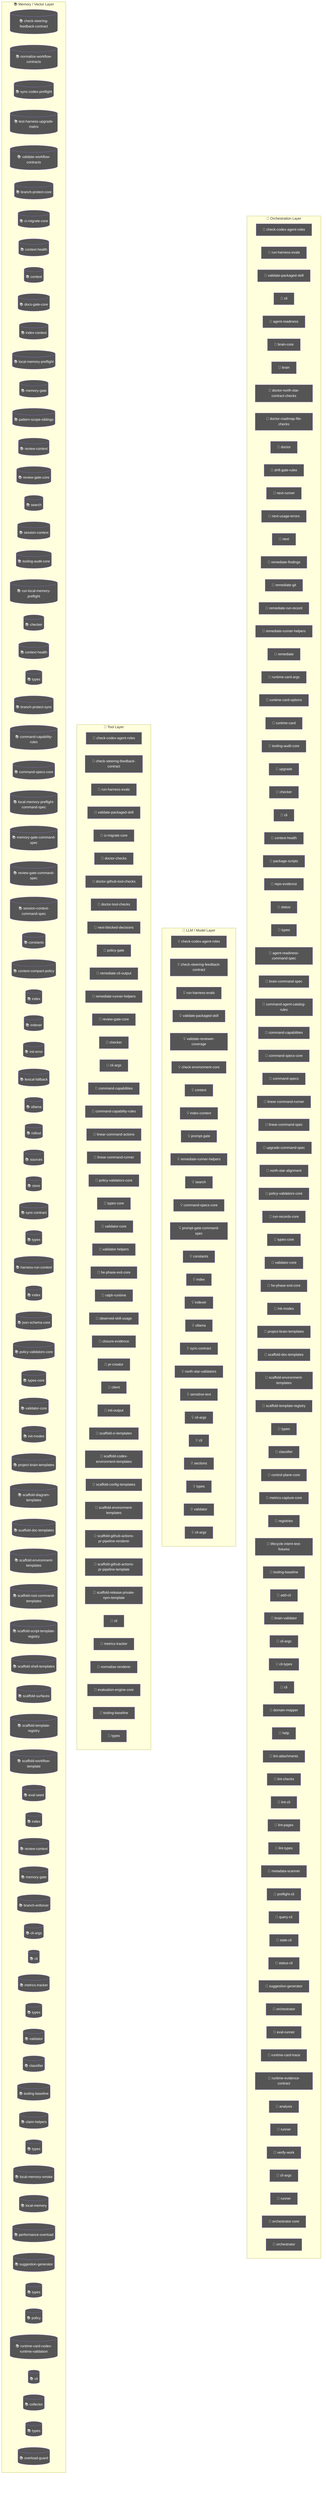
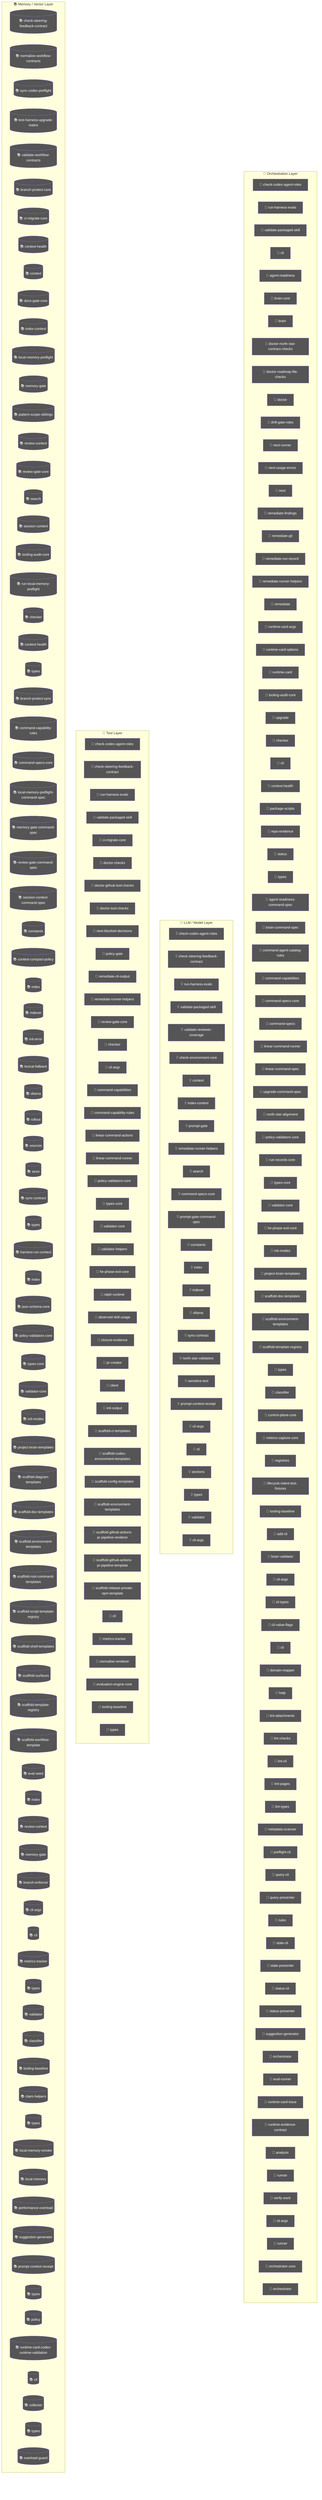
flowchart TD
  subgraph Orchestration["🎯 Orchestration Layer"]
    node_agent_mmd_orchestration_layer_orchestration_chec_7a9f0b64["🤖 check-codex-agent-roles"]
    node_agent_mmd_orchestration_layer_orchestration_run__18817957["🤖 run-harness-evals"]
    node_agent_mmd_orchestration_layer_orchestration_vali_c01b04be["🤖 validate-packaged-skill"]
    cli_99bb8840["🤖 cli"]
    agent_readiness_c82c68e6["🤖 agent-readiness"]
    brain_core_aa07c380["🤖 brain-core"]
    brain_bbbf7a64["🤖 brain"]
    doctor_north_star_contract_checks_0048124c["🤖 doctor-north-star-contract-checks"]
    doctor_roadmap_file_checks_14447b8e["🤖 doctor-roadmap-file-checks"]
    doctor_72f4be89["🤖 doctor"]
    drift_gate_rules_9685e72d["🤖 drift-gate-rules"]
    next_runner_41643472["🤖 next-runner"]
    next_usage_errors_837a345a["🤖 next-usage-errors"]
    next_c6c1c9a9["🤖 next"]
    remediate_findings_8b09c8c6["🤖 remediate-findings"]
    remediate_git_58c6f6f4["🤖 remediate-git"]
    remediate_run_record_9dfe5dc1["🤖 remediate-run-record"]
    node_agent_mmd_orchestration_layer_orchestration_reme_359fe98f["🤖 remediate-runner-helpers"]
    remediate_06b9c7fc["🤖 remediate"]
    runtime_card_args_2b3d4b28["🤖 runtime-card-args"]
    runtime_card_options_c9156ad5["🤖 runtime-card-options"]
    runtime_card_e06b53e1["🤖 runtime-card"]
    node_agent_mmd_orchestration_layer_orchestration_tool_acfe0c01["🤖 tooling-audit-core"]
    upgrade_7fef9479["🤖 upgrade"]
    node_agent_mmd_orchestration_layer_orchestration_chec_0550c395["🤖 checker"]
    cli_1_084e05fe["🤖 cli"]
    node_agent_mmd_orchestration_layer_orchestration_cont_61b3b9c9["🤖 context-health"]
    package_scripts_3ee6150f["🤖 package-scripts"]
    repo_evidence_38bb1de5["🤖 repo-evidence"]
    status_073c1634["🤖 status"]
    node_agent_mmd_orchestration_layer_orchestration_type_4f906dcc["🤖 types"]
    agent_readiness_command_spec_a30c2c1e["🤖 agent-readiness-command-spec"]
    brain_command_spec_15b122d5["🤖 brain-command-spec"]
    command_agent_catalog_rules_8e06b2af["🤖 command-agent-catalog-rules"]
    node_agent_mmd_orchestration_layer_orchestration_comm_6e41a7f7["🤖 command-capabilities"]
    node_agent_mmd_orchestration_layer_orchestration_comm_1f8cc24c["🤖 command-specs-core"]
    command_specs_69167c63["🤖 command-specs"]
    node_agent_mmd_orchestration_layer_orchestration_line_b67affd5["🤖 linear-command-runner"]
    linear_command_spec_1e12dd44["🤖 linear-command-spec"]
    upgrade_command_spec_03f6c7bd["🤖 upgrade-command-spec"]
    north_star_alignment_00440188["🤖 north-star-alignment"]
    node_agent_mmd_orchestration_layer_orchestration_poli_3270b55d["🤖 policy-validators-core"]
    run_records_core_89286dfa["🤖 run-records-core"]
    node_agent_mmd_orchestration_layer_orchestration_type_7cf81261["🤖 types-core"]
    node_agent_mmd_orchestration_layer_orchestration_vali_d9fe99e6["🤖 validator-core"]
    node_agent_mmd_orchestration_layer_orchestration_he_p_fc778c24["🤖 he-phase-exit-core"]
    node_agent_mmd_orchestration_layer_orchestration_init_2a9c3ecb["🤖 init-modes"]
    node_agent_mmd_orchestration_layer_orchestration_proj_6ab6f60f["🤖 project-brain-templates"]
    node_agent_mmd_orchestration_layer_orchestration_scaf_12cc07db["🤖 scaffold-doc-templates"]
    node_agent_mmd_orchestration_layer_orchestration_scaf_c9a90c2f["🤖 scaffold-environment-templates"]
    node_agent_mmd_orchestration_layer_orchestration_scaf_ff8f92f6["🤖 scaffold-template-registry"]
    types_13_d025517b["🤖 types"]
    node_agent_mmd_orchestration_layer_orchestration_clas_899b821a["🤖 classifier"]
    control_plane_core_db3b4cb2["🤖 control-plane-core"]
    metrics_capture_core_db4bf7cf["🤖 metrics-capture-core"]
    registries_06402afa["🤖 registries"]
    lifecycle_intent_test_fixtures_a53c7ada["🤖 lifecycle-intent-test-fixtures"]
    node_agent_mmd_orchestration_layer_orchestration_tool_cc43149f["🤖 tooling-baseline"]
    add_cli_7614de25["🤖 add-cli"]
    brain_validator_be251832["🤖 brain-validator"]
    cli_args_8_d546936e["🤖 cli-args"]
    cli_types_1686e858["🤖 cli-types"]
+     cli_value_flags_732a8e43["🤖 cli-value-flags"]
    cli_9_b54c1407["🤖 cli"]
    domain_mapper_cd9333d2["🤖 domain-mapper"]
    help_106a5842["🤖 help"]
    lint_attachments_873c0632["🤖 lint-attachments"]
    lint_checks_83522b19["🤖 lint-checks"]
    lint_cli_9ec62ec0["🤖 lint-cli"]
    lint_pages_e33301d0["🤖 lint-pages"]
    lint_types_2862c255["🤖 lint-types"]
    metadata_scanner_6a101b66["🤖 metadata-scanner"]
    preflight_cli_5d148379["🤖 preflight-cli"]
    query_cli_b95be64d["🤖 query-cli"]
+     query_presenter_02e6077c["🤖 query-presenter"]
+     rules_6c621d1a["🤖 rules"]
    stale_cli_64548720["🤖 stale-cli"]
+     stale_presenter_1de4e3a2["🤖 stale-presenter"]
    status_cli_4c24a0d6["🤖 status-cli"]
+     status_presenter_8de686c1["🤖 status-presenter"]
    node_agent_mmd_orchestration_layer_orchestration_sugg_85c5ebe3["🤖 suggestion-generator"]
    orchestrator_11376b7e["🤖 orchestrator"]
    eval_runner_0966a6b3["🤖 eval-runner"]
    runtime_card_trace_64a5ca95["🤖 runtime-card-trace"]
    runtime_evidence_contract_0f7b15b2["🤖 runtime-evidence-contract"]
    analysis_f44e85c4["🤖 analysis"]
    runner_527aa9f4["🤖 runner"]
    verify_work_1_cd8e7ec3["🤖 verify-work"]
    cli_args_14_3481043e["🤖 cli-args"]
    runner_1_6f281bf8["🤖 runner"]
    orchestrator_core_d0678b53["🤖 orchestrator-core"]
    orchestrator_1_6b7137c5["🤖 orchestrator"]
  end
  subgraph LLMLayer["🧠 LLM / Model Layer"]
    node_agent_mmd_llm_model_layer_llmlayer_check_codex_a_29e7b7fa["💡 check-codex-agent-roles"]
    node_agent_mmd_llm_model_layer_llmlayer_check_steerin_a7dbbd2f["💡 check-steering-feedback-contract"]
    node_agent_mmd_llm_model_layer_llmlayer_run_harness_e_603fcfdc["💡 run-harness-evals"]
    node_agent_mmd_llm_model_layer_llmlayer_validate_pack_2a12e1f4["💡 validate-packaged-skill"]
    validate_reviewer_coverage_251efee3["💡 validate-reviewer-coverage"]
    check_environment_core_2c16213f["💡 check-environment-core"]
    node_agent_mmd_llm_model_layer_llmlayer_context_conte_ad2dfbd9["💡 context"]
    node_agent_mmd_llm_model_layer_llmlayer_index_context_1041bd11["💡 index-context"]
    prompt_gate_c5e9d207["💡 prompt-gate"]
    node_agent_mmd_llm_model_layer_llmlayer_remediate_run_9e3d4585["💡 remediate-runner-helpers"]
    node_agent_mmd_llm_model_layer_llmlayer_search_search_66b9a911["💡 search"]
    node_agent_mmd_llm_model_layer_llmlayer_command_specs_782af9fa["💡 command-specs-core"]
    prompt_gate_command_spec_9a941482["💡 prompt-gate-command-spec"]
    node_agent_mmd_llm_model_layer_llmlayer_constants_con_c9bd3f6c["💡 constants"]
    node_agent_mmd_llm_model_layer_llmlayer_index_index_1_02e160ff["💡 index"]
    node_agent_mmd_llm_model_layer_llmlayer_indexer_index_4f4deef5["💡 indexer"]
    node_agent_mmd_llm_model_layer_llmlayer_ollama_ollama_968b23fa["💡 ollama"]
    node_agent_mmd_llm_model_layer_llmlayer_sync_contract_9f3cc8c1["💡 sync-contract"]
    north_star_validators_cfc926ce["💡 north-star-validators"]
    sensitive_text_7c11f760["💡 sensitive-text"]
+     node_agent_mmd_llm_model_layer_llmlayer_index_index_1_02e160ff["💡 index"]
+     node_agent_mmd_llm_model_layer_llmlayer_prompt_contex_6426acc2["💡 prompt-context-receipt"]
    cli_args_9_9c136878["💡 cli-args"]
    cli_10_35dc8cbd["💡 cli"]
    sections_4697ef32["💡 sections"]
    types_23_4352ee2e["💡 types"]
    validator_6_3688adbf["💡 validator"]
    cli_args_10_861cdd3f["💡 cli-args"]
  end
  subgraph ToolLayer["🔧 Tool Layer"]
    node_agent_mmd_tool_layer_toollayer_check_codex_agent_4b361d5a["🔧 check-codex-agent-roles"]
    node_agent_mmd_tool_layer_toollayer_check_steering_fe_84ed22c2["🔧 check-steering-feedback-contract"]
    node_agent_mmd_tool_layer_toollayer_run_harness_evals_e2ee24f1["🔧 run-harness-evals"]
    node_agent_mmd_tool_layer_toollayer_validate_packaged_2855c827["🔧 validate-packaged-skill"]
    node_agent_mmd_tool_layer_toollayer_ci_migrate_core_c_049f8460["🔧 ci-migrate-core"]
    doctor_checks_5a2eb2b9["🔧 doctor-checks"]
    doctor_github_tool_checks_a53b0382["🔧 doctor-github-tool-checks"]
    doctor_tool_checks_4acac51a["🔧 doctor-tool-checks"]
    next_blocked_decisions_4140ad2b["🔧 next-blocked-decisions"]
    policy_gate_213f7313["🔧 policy-gate"]
    remediate_cli_output_cc165396["🔧 remediate-cli-output"]
    node_agent_mmd_tool_layer_toollayer_remediate_runner__c003b871["🔧 remediate-runner-helpers"]
    node_agent_mmd_tool_layer_toollayer_review_gate_core__7704598b["🔧 review-gate-core"]
    node_agent_mmd_tool_layer_toollayer_checker_checker_2_453d593b["🔧 checker"]
    cli_args_1_6144b055["🔧 cli-args"]
    node_agent_mmd_tool_layer_toollayer_command_capabilit_7fe13db1["🔧 command-capabilities"]
    node_agent_mmd_tool_layer_toollayer_command_capabilit_e97a4615["🔧 command-capability-rules"]
    linear_command_actions_e430f4f4["🔧 linear-command-actions"]
    node_agent_mmd_tool_layer_toollayer_linear_command_ru_d6763748["🔧 linear-command-runner"]
    node_agent_mmd_tool_layer_toollayer_policy_validators_af136abf["🔧 policy-validators-core"]
    node_agent_mmd_tool_layer_toollayer_types_core_types__6c8319b6["🔧 types-core"]
    node_agent_mmd_tool_layer_toollayer_validator_core_va_6ef6131f["🔧 validator-core"]
    validator_helpers_7b927667["🔧 validator-helpers"]
    node_agent_mmd_tool_layer_toollayer_he_phase_exit_cor_af016160["🔧 he-phase-exit-core"]
    ralph_runtime_73d63c0e["🔧 ralph-runtime"]
    observed_skill_usage_ed7d5930["🔧 observed-skill-usage"]
    closure_evidence_aaa31467["🔧 closure-evidence"]
    pr_creator_dc6b1ea4["🔧 pr-creator"]
    client_948fe603["🔧 client"]
    init_output_360dce91["🔧 init-output"]
    scaffold_ci_templates_2afd6392["🔧 scaffold-ci-templates"]
    scaffold_codex_environment_templates_334fbbed["🔧 scaffold-codex-environment-templates"]
    scaffold_config_templates_4b80ce53["🔧 scaffold-config-templates"]
    node_agent_mmd_tool_layer_toollayer_scaffold_environm_c1afc013["🔧 scaffold-environment-templates"]
    scaffold_github_actions_pr_pipeline_renderer_1ee18de5["🔧 scaffold-github-actions-pr-pipeline-renderer"]
    scaffold_github_actions_pr_pipeline_template_e2b85f62["🔧 scaffold-github-actions-pr-pipeline-template"]
    scaffold_release_private_npm_template_075499f8["🔧 scaffold-release-private-npm-template"]
    node_agent_mmd_tool_layer_toollayer_cli_cli_2_1_32d9eeaf["🔧 cli"]
    node_agent_mmd_tool_layer_toollayer_metrics_tracker_m_4c9237d8["🔧 metrics-tracker"]
    normalise_renderer_85f2e563["🔧 normalise-renderer"]
    evaluation_engine_core_e054fe49["🔧 evaluation-engine-core"]
    node_agent_mmd_tool_layer_toollayer_tooling_baseline__61e66e9f["🔧 tooling-baseline"]
    types_32_bfe791ff["🔧 types"]
  end
  subgraph MemoryLayer["📚 Memory / Vector Layer"]
    node_agent_mmd_memory_vector_layer_memorylayer_check__d71f8993[("📚 check-steering-feedback-contract")]
    normalize_workflow_contracts_8701f1c8[("📚 normalize-workflow-contracts")]
    sync_codex_preflight_7e7a8dc2[("📚 sync-codex-preflight")]
    test_harness_upgrade_matrix_84113c4e[("📚 test-harness-upgrade-matrix")]
    validate_workflow_contracts_33dc063c[("📚 validate-workflow-contracts")]
    branch_protect_core_a8feb0fd[("📚 branch-protect-core")]
    node_agent_mmd_memory_vector_layer_memorylayer_ci_mig_0cd5b1a4[("📚 ci-migrate-core")]
    context_health_80bb7da9[("📚 context-health")]
    node_agent_mmd_memory_vector_layer_memorylayer_contex_78ceaaa9[("📚 context")]
    docs_gate_core_eb9b6c18[("📚 docs-gate-core")]
    node_agent_mmd_memory_vector_layer_memorylayer_index__6f3402d0[("📚 index-context")]
    local_memory_preflight_dcc36c42[("📚 local-memory-preflight")]
    memory_gate_a577a506[("📚 memory-gate")]
    pattern_scope_siblings_43abe000[("📚 pattern-scope-siblings")]
    review_context_ca6cf81d[("📚 review-context")]
    node_agent_mmd_memory_vector_layer_memorylayer_review_5bee9816[("📚 review-gate-core")]
    node_agent_mmd_memory_vector_layer_memorylayer_search_ac35cb7e[("📚 search")]
    session_context_e5ec72c0[("📚 session-context")]
    node_agent_mmd_memory_vector_layer_memorylayer_toolin_a1185b8f[("📚 tooling-audit-core")]
    run_local_memory_preflight_36e92808[("📚 run-local-memory-preflight")]
    node_agent_mmd_memory_vector_layer_memorylayer_checke_a583eb4f[("📚 checker")]
    node_agent_mmd_memory_vector_layer_memorylayer_contex_fe0865d6[("📚 context-health")]
    node_agent_mmd_memory_vector_layer_memorylayer_types__9ad640a0[("📚 types")]
    branch_protect_sync_570adb18[("📚 branch-protect-sync")]
    node_agent_mmd_memory_vector_layer_memorylayer_comman_c72a5d05[("📚 command-capability-rules")]
    node_agent_mmd_memory_vector_layer_memorylayer_comman_111eb454[("📚 command-specs-core")]
    local_memory_preflight_command_spec_9e23f3ce[("📚 local-memory-preflight-command-spec")]
    memory_gate_command_spec_dc9001a9[("📚 memory-gate-command-spec")]
    review_gate_command_spec_3187376a[("📚 review-gate-command-spec")]
    session_context_command_spec_973afbb1[("📚 session-context-command-spec")]
    node_agent_mmd_memory_vector_layer_memorylayer_consta_702d3f46[("📚 constants")]
    context_compact_policy_3dcaf95d[("📚 context-compact-policy")]
    node_agent_mmd_memory_vector_layer_memorylayer_index__752bc61e[("📚 index")]
    node_agent_mmd_memory_vector_layer_memorylayer_indexe_93e6d86f[("📚 indexer")]
    init_error_5c7dd49f[("📚 init-error")]
    lexical_fallback_723e2b3e[("📚 lexical-fallback")]
    node_agent_mmd_memory_vector_layer_memorylayer_ollama_6d51be16[("📚 ollama")]
    rollout_a4fa034c[("📚 rollout")]
    sources_878a52fc[("📚 sources")]
    store_824d80d7[("📚 store")]
    node_agent_mmd_memory_vector_layer_memorylayer_sync_c_e43418bc[("📚 sync-contract")]
    types_5_f869ec4b[("📚 types")]
    harness_run_context_ac7c77a9[("📚 harness-run-context")]
    index_1_faebc14e[("📚 index")]
    json_schema_core_96d7e328[("📚 json-schema-core")]
    node_agent_mmd_memory_vector_layer_memorylayer_policy_1944de42[("📚 policy-validators-core")]
    node_agent_mmd_memory_vector_layer_memorylayer_types__83f369fa[("📚 types-core")]
    node_agent_mmd_memory_vector_layer_memorylayer_valida_41034356[("📚 validator-core")]
    node_agent_mmd_memory_vector_layer_memorylayer_init_m_333d02c5[("📚 init-modes")]
    node_agent_mmd_memory_vector_layer_memorylayer_projec_3ae304d9[("📚 project-brain-templates")]
    scaffold_diagram_templates_dd88e83c[("📚 scaffold-diagram-templates")]
    node_agent_mmd_memory_vector_layer_memorylayer_scaffo_5fd73b94[("📚 scaffold-doc-templates")]
    node_agent_mmd_memory_vector_layer_memorylayer_scaffo_12b42341[("📚 scaffold-environment-templates")]
    scaffold_root_command_templates_404fed7f[("📚 scaffold-root-command-templates")]
    scaffold_script_template_registry_69312d4e[("📚 scaffold-script-template-registry")]
    scaffold_shell_templates_0ad0f915[("📚 scaffold-shell-templates")]
    scaffold_surfaces_12d6494e[("📚 scaffold-surfaces")]
    node_agent_mmd_memory_vector_layer_memorylayer_scaffo_a86eece1[("📚 scaffold-template-registry")]
    scaffold_workflow_template_92310587[("📚 scaffold-workflow-template")]
    eval_seed_5699fd3e[("📚 eval-seed")]
    index_6_fc9e91e2[("📚 index")]
    review_context_1_e3afed15[("📚 review-context")]
    memory_gate_1_265164ac[("📚 memory-gate")]
    branch_enforcer_acb749cd[("📚 branch-enforcer")]
    cli_args_5_09ea29f0[("📚 cli-args")]
    node_agent_mmd_memory_vector_layer_memorylayer_cli_cl_1f1f89ab[("📚 cli")]
    node_agent_mmd_memory_vector_layer_memorylayer_metric_12562178[("📚 metrics-tracker")]
    types_15_86775c96[("📚 types")]
    validator_4_5180cf23[("📚 validator")]
    node_agent_mmd_memory_vector_layer_memorylayer_classi_1ebbf5ff[("📚 classifier")]
    node_agent_mmd_memory_vector_layer_memorylayer_toolin_14f86b00[("📚 tooling-baseline")]
    claim_helpers_20dc8387[("📚 claim-helpers")]
    types_20_071a0112[("📚 types")]
    local_memory_smoke_1175abfc[("📚 local-memory-smoke")]
    local_memory_0db17ecc[("📚 local-memory")]
    performance_overload_c685bfcf[("📚 performance-overload")]
    node_agent_mmd_memory_vector_layer_memorylayer_sugges_267f408d[("📚 suggestion-generator")]
+     node_agent_mmd_memory_vector_layer_memorylayer_index__752bc61e[("📚 index")]
+     node_agent_mmd_memory_vector_layer_memorylayer_prompt_55c0d605[("📚 prompt-context-receipt")]
    types_27_4d134744[("📚 types")]
    policy_1_fc4198db[("📚 policy")]
    runtime_card_codex_runtime_validation_d8ce9934[("📚 runtime-card-codex-runtime-validation")]
    cli_11_338a8415[("📚 cli")]
    collector_0736fd5b[("📚 collector")]
    types_30_424b976c[("📚 types")]
    overload_guard_2748c559[("📚 overload-guard")]
  end
  classDef agentNode fill:#555,color:#fff
-   class node_agent_mmd_orchestration_layer_orchestration_chec_7a9f0b64,node_agent_mmd_llm_model_layer_llmlayer_check_codex_a_29e7b7fa,node_agent_mmd_tool_layer_toollayer_check_codex_agent_4b361d5a,node_agent_mmd_orchestration_layer_orchestration_run__18817957,node_agent_mmd_llm_model_layer_llmlayer_run_harness_e_603fcfdc,node_agent_mmd_tool_layer_toollayer_run_harness_evals_e2ee24f1,node_agent_mmd_orchestration_layer_orchestration_vali_c01b04be,node_agent_mmd_llm_model_layer_llmlayer_validate_pack_2a12e1f4,node_agent_mmd_tool_layer_toollayer_validate_packaged_2855c827,cli_99bb8840,agent_readiness_c82c68e6,brain_core_aa07c380,brain_bbbf7a64,doctor_north_star_contract_checks_0048124c,doctor_roadmap_file_checks_14447b8e,doctor_72f4be89,drift_gate_rules_9685e72d,next_runner_41643472,next_usage_errors_837a345a,next_c6c1c9a9,remediate_findings_8b09c8c6,remediate_git_58c6f6f4,remediate_run_record_9dfe5dc1,node_agent_mmd_orchestration_layer_orchestration_reme_359fe98f,node_agent_mmd_llm_model_layer_llmlayer_remediate_run_9e3d4585,node_agent_mmd_tool_layer_toollayer_remediate_runner__c003b871,remediate_06b9c7fc,runtime_card_args_2b3d4b28,runtime_card_options_c9156ad5,runtime_card_e06b53e1,node_agent_mmd_orchestration_layer_orchestration_tool_acfe0c01,node_agent_mmd_memory_vector_layer_memorylayer_toolin_a1185b8f,upgrade_7fef9479,node_agent_mmd_orchestration_layer_orchestration_chec_0550c395,node_agent_mmd_tool_layer_toollayer_checker_checker_2_453d593b,node_agent_mmd_memory_vector_layer_memorylayer_checke_a583eb4f,cli_1_084e05fe,node_agent_mmd_orchestration_layer_orchestration_cont_61b3b9c9,node_agent_mmd_memory_vector_layer_memorylayer_contex_fe0865d6,package_scripts_3ee6150f,repo_evidence_38bb1de5,status_073c1634,node_agent_mmd_orchestration_layer_orchestration_type_4f906dcc,node_agent_mmd_memory_vector_layer_memorylayer_types__9ad640a0,agent_readiness_command_spec_a30c2c1e,brain_command_spec_15b122d5,command_agent_catalog_rules_8e06b2af,node_agent_mmd_orchestration_layer_orchestration_comm_6e41a7f7,node_agent_mmd_tool_layer_toollayer_command_capabilit_7fe13db1,node_agent_mmd_orchestration_layer_orchestration_comm_1f8cc24c,node_agent_mmd_llm_model_layer_llmlayer_command_specs_782af9fa,node_agent_mmd_memory_vector_layer_memorylayer_comman_111eb454,command_specs_69167c63,node_agent_mmd_orchestration_layer_orchestration_line_b67affd5,node_agent_mmd_tool_layer_toollayer_linear_command_ru_d6763748,linear_command_spec_1e12dd44,upgrade_command_spec_03f6c7bd,north_star_alignment_00440188,node_agent_mmd_orchestration_layer_orchestration_poli_3270b55d,node_agent_mmd_tool_layer_toollayer_policy_validators_af136abf,node_agent_mmd_memory_vector_layer_memorylayer_policy_1944de42,run_records_core_89286dfa,node_agent_mmd_orchestration_layer_orchestration_type_7cf81261,node_agent_mmd_tool_layer_toollayer_types_core_types__6c8319b6,node_agent_mmd_memory_vector_layer_memorylayer_types__83f369fa,node_agent_mmd_orchestration_layer_orchestration_vali_d9fe99e6,node_agent_mmd_tool_layer_toollayer_validator_core_va_6ef6131f,node_agent_mmd_memory_vector_layer_memorylayer_valida_41034356,node_agent_mmd_orchestration_layer_orchestration_he_p_fc778c24,node_agent_mmd_tool_layer_toollayer_he_phase_exit_cor_af016160,node_agent_mmd_orchestration_layer_orchestration_init_2a9c3ecb,node_agent_mmd_memory_vector_layer_memorylayer_init_m_333d02c5,node_agent_mmd_orchestration_layer_orchestration_proj_6ab6f60f,node_agent_mmd_memory_vector_layer_memorylayer_projec_3ae304d9,node_agent_mmd_orchestration_layer_orchestration_scaf_12cc07db,node_agent_mmd_memory_vector_layer_memorylayer_scaffo_5fd73b94,node_agent_mmd_orchestration_layer_orchestration_scaf_c9a90c2f,node_agent_mmd_tool_layer_toollayer_scaffold_environm_c1afc013,node_agent_mmd_memory_vector_layer_memorylayer_scaffo_12b42341,node_agent_mmd_orchestration_layer_orchestration_scaf_ff8f92f6,node_agent_mmd_memory_vector_layer_memorylayer_scaffo_a86eece1,types_13_d025517b,node_agent_mmd_orchestration_layer_orchestration_clas_899b821a,node_agent_mmd_memory_vector_layer_memorylayer_classi_1ebbf5ff,control_plane_core_db3b4cb2,metrics_capture_core_db4bf7cf,registries_06402afa,lifecycle_intent_test_fixtures_a53c7ada,node_agent_mmd_orchestration_layer_orchestration_tool_cc43149f,node_agent_mmd_tool_layer_toollayer_tooling_baseline__61e66e9f,node_agent_mmd_memory_vector_layer_memorylayer_toolin_14f86b00,add_cli_7614de25,brain_validator_be251832,cli_args_8_d546936e,cli_types_1686e858,cli_9_b54c1407,domain_mapper_cd9333d2,help_106a5842,lint_attachments_873c0632,lint_checks_83522b19,lint_cli_9ec62ec0,lint_pages_e33301d0,lint_types_2862c255,metadata_scanner_6a101b66,preflight_cli_5d148379,query_cli_b95be64d,stale_cli_64548720,status_cli_4c24a0d6,node_agent_mmd_orchestration_layer_orchestration_sugg_85c5ebe3,node_agent_mmd_memory_vector_layer_memorylayer_sugges_267f408d,orchestrator_11376b7e,eval_runner_0966a6b3,runtime_card_trace_64a5ca95,runtime_evidence_contract_0f7b15b2,analysis_f44e85c4,runner_527aa9f4,verify_work_1_cd8e7ec3,cli_args_14_3481043e,runner_1_6f281bf8,orchestrator_core_d0678b53,orchestrator_1_6b7137c5 agentNode
+   class node_agent_mmd_orchestration_layer_orchestration_chec_7a9f0b64,node_agent_mmd_llm_model_layer_llmlayer_check_codex_a_29e7b7fa,node_agent_mmd_tool_layer_toollayer_check_codex_agent_4b361d5a,node_agent_mmd_orchestration_layer_orchestration_run__18817957,node_agent_mmd_llm_model_layer_llmlayer_run_harness_e_603fcfdc,node_agent_mmd_tool_layer_toollayer_run_harness_evals_e2ee24f1,node_agent_mmd_orchestration_layer_orchestration_vali_c01b04be,node_agent_mmd_llm_model_layer_llmlayer_validate_pack_2a12e1f4,node_agent_mmd_tool_layer_toollayer_validate_packaged_2855c827,cli_99bb8840,agent_readiness_c82c68e6,brain_core_aa07c380,brain_bbbf7a64,doctor_north_star_contract_checks_0048124c,doctor_roadmap_file_checks_14447b8e,doctor_72f4be89,drift_gate_rules_9685e72d,next_runner_41643472,next_usage_errors_837a345a,next_c6c1c9a9,remediate_findings_8b09c8c6,remediate_git_58c6f6f4,remediate_run_record_9dfe5dc1,node_agent_mmd_orchestration_layer_orchestration_reme_359fe98f,node_agent_mmd_llm_model_layer_llmlayer_remediate_run_9e3d4585,node_agent_mmd_tool_layer_toollayer_remediate_runner__c003b871,remediate_06b9c7fc,runtime_card_args_2b3d4b28,runtime_card_options_c9156ad5,runtime_card_e06b53e1,node_agent_mmd_orchestration_layer_orchestration_tool_acfe0c01,node_agent_mmd_memory_vector_layer_memorylayer_toolin_a1185b8f,upgrade_7fef9479,node_agent_mmd_orchestration_layer_orchestration_chec_0550c395,node_agent_mmd_tool_layer_toollayer_checker_checker_2_453d593b,node_agent_mmd_memory_vector_layer_memorylayer_checke_a583eb4f,cli_1_084e05fe,node_agent_mmd_orchestration_layer_orchestration_cont_61b3b9c9,node_agent_mmd_memory_vector_layer_memorylayer_contex_fe0865d6,package_scripts_3ee6150f,repo_evidence_38bb1de5,status_073c1634,node_agent_mmd_orchestration_layer_orchestration_type_4f906dcc,node_agent_mmd_memory_vector_layer_memorylayer_types__9ad640a0,agent_readiness_command_spec_a30c2c1e,brain_command_spec_15b122d5,command_agent_catalog_rules_8e06b2af,node_agent_mmd_orchestration_layer_orchestration_comm_6e41a7f7,node_agent_mmd_tool_layer_toollayer_command_capabilit_7fe13db1,node_agent_mmd_orchestration_layer_orchestration_comm_1f8cc24c,node_agent_mmd_llm_model_layer_llmlayer_command_specs_782af9fa,node_agent_mmd_memory_vector_layer_memorylayer_comman_111eb454,command_specs_69167c63,node_agent_mmd_orchestration_layer_orchestration_line_b67affd5,node_agent_mmd_tool_layer_toollayer_linear_command_ru_d6763748,linear_command_spec_1e12dd44,upgrade_command_spec_03f6c7bd,north_star_alignment_00440188,node_agent_mmd_orchestration_layer_orchestration_poli_3270b55d,node_agent_mmd_tool_layer_toollayer_policy_validators_af136abf,node_agent_mmd_memory_vector_layer_memorylayer_policy_1944de42,run_records_core_89286dfa,node_agent_mmd_orchestration_layer_orchestration_type_7cf81261,node_agent_mmd_tool_layer_toollayer_types_core_types__6c8319b6,node_agent_mmd_memory_vector_layer_memorylayer_types__83f369fa,node_agent_mmd_orchestration_layer_orchestration_vali_d9fe99e6,node_agent_mmd_tool_layer_toollayer_validator_core_va_6ef6131f,node_agent_mmd_memory_vector_layer_memorylayer_valida_41034356,node_agent_mmd_orchestration_layer_orchestration_he_p_fc778c24,node_agent_mmd_tool_layer_toollayer_he_phase_exit_cor_af016160,node_agent_mmd_orchestration_layer_orchestration_init_2a9c3ecb,node_agent_mmd_memory_vector_layer_memorylayer_init_m_333d02c5,node_agent_mmd_orchestration_layer_orchestration_proj_6ab6f60f,node_agent_mmd_memory_vector_layer_memorylayer_projec_3ae304d9,node_agent_mmd_orchestration_layer_orchestration_scaf_12cc07db,node_agent_mmd_memory_vector_layer_memorylayer_scaffo_5fd73b94,node_agent_mmd_orchestration_layer_orchestration_scaf_c9a90c2f,node_agent_mmd_tool_layer_toollayer_scaffold_environm_c1afc013,node_agent_mmd_memory_vector_layer_memorylayer_scaffo_12b42341,node_agent_mmd_orchestration_layer_orchestration_scaf_ff8f92f6,node_agent_mmd_memory_vector_layer_memorylayer_scaffo_a86eece1,types_13_d025517b,node_agent_mmd_orchestration_layer_orchestration_clas_899b821a,node_agent_mmd_memory_vector_layer_memorylayer_classi_1ebbf5ff,control_plane_core_db3b4cb2,metrics_capture_core_db4bf7cf,registries_06402afa,lifecycle_intent_test_fixtures_a53c7ada,node_agent_mmd_orchestration_layer_orchestration_tool_cc43149f,node_agent_mmd_tool_layer_toollayer_tooling_baseline__61e66e9f,node_agent_mmd_memory_vector_layer_memorylayer_toolin_14f86b00,add_cli_7614de25,brain_validator_be251832,cli_args_8_d546936e,cli_types_1686e858,cli_value_flags_732a8e43,cli_9_b54c1407,domain_mapper_cd9333d2,help_106a5842,lint_attachments_873c0632,lint_checks_83522b19,lint_cli_9ec62ec0,lint_pages_e33301d0,lint_types_2862c255,metadata_scanner_6a101b66,preflight_cli_5d148379,query_cli_b95be64d,query_presenter_02e6077c,rules_6c621d1a,stale_cli_64548720,stale_presenter_1de4e3a2,status_cli_4c24a0d6,status_presenter_8de686c1,node_agent_mmd_orchestration_layer_orchestration_sugg_85c5ebe3,node_agent_mmd_memory_vector_layer_memorylayer_sugges_267f408d,orchestrator_11376b7e,eval_runner_0966a6b3,runtime_card_trace_64a5ca95,runtime_evidence_contract_0f7b15b2,analysis_f44e85c4,runner_527aa9f4,verify_work_1_cd8e7ec3,cli_args_14_3481043e,runner_1_6f281bf8,orchestrator_core_d0678b53,orchestrator_1_6b7137c5 agentNode
  classDef llmNode fill:#555,color:#fff
-   class node_agent_mmd_orchestration_layer_orchestration_chec_7a9f0b64,node_agent_mmd_llm_model_layer_llmlayer_check_codex_a_29e7b7fa,node_agent_mmd_tool_layer_toollayer_check_codex_agent_4b361d5a,node_agent_mmd_llm_model_layer_llmlayer_check_steerin_a7dbbd2f,node_agent_mmd_tool_layer_toollayer_check_steering_fe_84ed22c2,node_agent_mmd_memory_vector_layer_memorylayer_check__d71f8993,node_agent_mmd_orchestration_layer_orchestration_run__18817957,node_agent_mmd_llm_model_layer_llmlayer_run_harness_e_603fcfdc,node_agent_mmd_tool_layer_toollayer_run_harness_evals_e2ee24f1,node_agent_mmd_orchestration_layer_orchestration_vali_c01b04be,node_agent_mmd_llm_model_layer_llmlayer_validate_pack_2a12e1f4,node_agent_mmd_tool_layer_toollayer_validate_packaged_2855c827,validate_reviewer_coverage_251efee3,check_environment_core_2c16213f,node_agent_mmd_llm_model_layer_llmlayer_context_conte_ad2dfbd9,node_agent_mmd_memory_vector_layer_memorylayer_contex_78ceaaa9,node_agent_mmd_llm_model_layer_llmlayer_index_context_1041bd11,node_agent_mmd_memory_vector_layer_memorylayer_index__6f3402d0,prompt_gate_c5e9d207,node_agent_mmd_orchestration_layer_orchestration_reme_359fe98f,node_agent_mmd_llm_model_layer_llmlayer_remediate_run_9e3d4585,node_agent_mmd_tool_layer_toollayer_remediate_runner__c003b871,node_agent_mmd_llm_model_layer_llmlayer_search_search_66b9a911,node_agent_mmd_memory_vector_layer_memorylayer_search_ac35cb7e,node_agent_mmd_orchestration_layer_orchestration_comm_1f8cc24c,node_agent_mmd_llm_model_layer_llmlayer_command_specs_782af9fa,node_agent_mmd_memory_vector_layer_memorylayer_comman_111eb454,prompt_gate_command_spec_9a941482,node_agent_mmd_llm_model_layer_llmlayer_constants_con_c9bd3f6c,node_agent_mmd_memory_vector_layer_memorylayer_consta_702d3f46,node_agent_mmd_llm_model_layer_llmlayer_index_index_1_02e160ff,node_agent_mmd_memory_vector_layer_memorylayer_index__752bc61e,node_agent_mmd_llm_model_layer_llmlayer_indexer_index_4f4deef5,node_agent_mmd_memory_vector_layer_memorylayer_indexe_93e6d86f,node_agent_mmd_llm_model_layer_llmlayer_ollama_ollama_968b23fa,node_agent_mmd_memory_vector_layer_memorylayer_ollama_6d51be16,node_agent_mmd_llm_model_layer_llmlayer_sync_contract_9f3cc8c1,node_agent_mmd_memory_vector_layer_memorylayer_sync_c_e43418bc,north_star_validators_cfc926ce,sensitive_text_7c11f760,cli_args_9_9c136878,cli_10_35dc8cbd,sections_4697ef32,types_23_4352ee2e,validator_6_3688adbf,cli_args_10_861cdd3f llmNode
+   class node_agent_mmd_orchestration_layer_orchestration_chec_7a9f0b64,node_agent_mmd_llm_model_layer_llmlayer_check_codex_a_29e7b7fa,node_agent_mmd_tool_layer_toollayer_check_codex_agent_4b361d5a,node_agent_mmd_llm_model_layer_llmlayer_check_steerin_a7dbbd2f,node_agent_mmd_tool_layer_toollayer_check_steering_fe_84ed22c2,node_agent_mmd_memory_vector_layer_memorylayer_check__d71f8993,node_agent_mmd_orchestration_layer_orchestration_run__18817957,node_agent_mmd_llm_model_layer_llmlayer_run_harness_e_603fcfdc,node_agent_mmd_tool_layer_toollayer_run_harness_evals_e2ee24f1,node_agent_mmd_orchestration_layer_orchestration_vali_c01b04be,node_agent_mmd_llm_model_layer_llmlayer_validate_pack_2a12e1f4,node_agent_mmd_tool_layer_toollayer_validate_packaged_2855c827,validate_reviewer_coverage_251efee3,check_environment_core_2c16213f,node_agent_mmd_llm_model_layer_llmlayer_context_conte_ad2dfbd9,node_agent_mmd_memory_vector_layer_memorylayer_contex_78ceaaa9,node_agent_mmd_llm_model_layer_llmlayer_index_context_1041bd11,node_agent_mmd_memory_vector_layer_memorylayer_index__6f3402d0,prompt_gate_c5e9d207,node_agent_mmd_orchestration_layer_orchestration_reme_359fe98f,node_agent_mmd_llm_model_layer_llmlayer_remediate_run_9e3d4585,node_agent_mmd_tool_layer_toollayer_remediate_runner__c003b871,node_agent_mmd_llm_model_layer_llmlayer_search_search_66b9a911,node_agent_mmd_memory_vector_layer_memorylayer_search_ac35cb7e,node_agent_mmd_orchestration_layer_orchestration_comm_1f8cc24c,node_agent_mmd_llm_model_layer_llmlayer_command_specs_782af9fa,node_agent_mmd_memory_vector_layer_memorylayer_comman_111eb454,prompt_gate_command_spec_9a941482,node_agent_mmd_llm_model_layer_llmlayer_constants_con_c9bd3f6c,node_agent_mmd_memory_vector_layer_memorylayer_consta_702d3f46,node_agent_mmd_llm_model_layer_llmlayer_index_index_1_02e160ff,node_agent_mmd_memory_vector_layer_memorylayer_index__752bc61e,node_agent_mmd_llm_model_layer_llmlayer_indexer_index_4f4deef5,node_agent_mmd_memory_vector_layer_memorylayer_indexe_93e6d86f,node_agent_mmd_llm_model_layer_llmlayer_ollama_ollama_968b23fa,node_agent_mmd_memory_vector_layer_memorylayer_ollama_6d51be16,node_agent_mmd_llm_model_layer_llmlayer_sync_contract_9f3cc8c1,node_agent_mmd_memory_vector_layer_memorylayer_sync_c_e43418bc,north_star_validators_cfc926ce,sensitive_text_7c11f760,node_agent_mmd_llm_model_layer_llmlayer_prompt_contex_6426acc2,node_agent_mmd_memory_vector_layer_memorylayer_prompt_55c0d605,cli_args_9_9c136878,cli_10_35dc8cbd,sections_4697ef32,types_23_4352ee2e,validator_6_3688adbf,cli_args_10_861cdd3f llmNode
  classDef toolNode fill:#555,color:#fff
  class node_agent_mmd_orchestration_layer_orchestration_chec_7a9f0b64,node_agent_mmd_llm_model_layer_llmlayer_check_codex_a_29e7b7fa,node_agent_mmd_tool_layer_toollayer_check_codex_agent_4b361d5a,node_agent_mmd_llm_model_layer_llmlayer_check_steerin_a7dbbd2f,node_agent_mmd_tool_layer_toollayer_check_steering_fe_84ed22c2,node_agent_mmd_memory_vector_layer_memorylayer_check__d71f8993,node_agent_mmd_orchestration_layer_orchestration_run__18817957,node_agent_mmd_llm_model_layer_llmlayer_run_harness_e_603fcfdc,node_agent_mmd_tool_layer_toollayer_run_harness_evals_e2ee24f1,node_agent_mmd_orchestration_layer_orchestration_vali_c01b04be,node_agent_mmd_llm_model_layer_llmlayer_validate_pack_2a12e1f4,node_agent_mmd_tool_layer_toollayer_validate_packaged_2855c827,node_agent_mmd_tool_layer_toollayer_ci_migrate_core_c_049f8460,node_agent_mmd_memory_vector_layer_memorylayer_ci_mig_0cd5b1a4,doctor_checks_5a2eb2b9,doctor_github_tool_checks_a53b0382,doctor_tool_checks_4acac51a,next_blocked_decisions_4140ad2b,policy_gate_213f7313,remediate_cli_output_cc165396,node_agent_mmd_orchestration_layer_orchestration_reme_359fe98f,node_agent_mmd_llm_model_layer_llmlayer_remediate_run_9e3d4585,node_agent_mmd_tool_layer_toollayer_remediate_runner__c003b871,node_agent_mmd_tool_layer_toollayer_review_gate_core__7704598b,node_agent_mmd_memory_vector_layer_memorylayer_review_5bee9816,node_agent_mmd_orchestration_layer_orchestration_chec_0550c395,node_agent_mmd_tool_layer_toollayer_checker_checker_2_453d593b,node_agent_mmd_memory_vector_layer_memorylayer_checke_a583eb4f,cli_args_1_6144b055,node_agent_mmd_orchestration_layer_orchestration_comm_6e41a7f7,node_agent_mmd_tool_layer_toollayer_command_capabilit_7fe13db1,node_agent_mmd_tool_layer_toollayer_command_capabilit_e97a4615,node_agent_mmd_memory_vector_layer_memorylayer_comman_c72a5d05,linear_command_actions_e430f4f4,node_agent_mmd_orchestration_layer_orchestration_line_b67affd5,node_agent_mmd_tool_layer_toollayer_linear_command_ru_d6763748,node_agent_mmd_orchestration_layer_orchestration_poli_3270b55d,node_agent_mmd_tool_layer_toollayer_policy_validators_af136abf,node_agent_mmd_memory_vector_layer_memorylayer_policy_1944de42,node_agent_mmd_orchestration_layer_orchestration_type_7cf81261,node_agent_mmd_tool_layer_toollayer_types_core_types__6c8319b6,node_agent_mmd_memory_vector_layer_memorylayer_types__83f369fa,node_agent_mmd_orchestration_layer_orchestration_vali_d9fe99e6,node_agent_mmd_tool_layer_toollayer_validator_core_va_6ef6131f,node_agent_mmd_memory_vector_layer_memorylayer_valida_41034356,validator_helpers_7b927667,node_agent_mmd_orchestration_layer_orchestration_he_p_fc778c24,node_agent_mmd_tool_layer_toollayer_he_phase_exit_cor_af016160,ralph_runtime_73d63c0e,observed_skill_usage_ed7d5930,closure_evidence_aaa31467,pr_creator_dc6b1ea4,client_948fe603,init_output_360dce91,scaffold_ci_templates_2afd6392,scaffold_codex_environment_templates_334fbbed,scaffold_config_templates_4b80ce53,node_agent_mmd_orchestration_layer_orchestration_scaf_c9a90c2f,node_agent_mmd_tool_layer_toollayer_scaffold_environm_c1afc013,node_agent_mmd_memory_vector_layer_memorylayer_scaffo_12b42341,scaffold_github_actions_pr_pipeline_renderer_1ee18de5,scaffold_github_actions_pr_pipeline_template_e2b85f62,scaffold_release_private_npm_template_075499f8,node_agent_mmd_tool_layer_toollayer_cli_cli_2_1_32d9eeaf,node_agent_mmd_memory_vector_layer_memorylayer_cli_cl_1f1f89ab,node_agent_mmd_tool_layer_toollayer_metrics_tracker_m_4c9237d8,node_agent_mmd_memory_vector_layer_memorylayer_metric_12562178,normalise_renderer_85f2e563,evaluation_engine_core_e054fe49,node_agent_mmd_orchestration_layer_orchestration_tool_cc43149f,node_agent_mmd_tool_layer_toollayer_tooling_baseline__61e66e9f,node_agent_mmd_memory_vector_layer_memorylayer_toolin_14f86b00,types_32_bfe791ff toolNode
  classDef memNode fill:#555,color:#fff
-   class node_agent_mmd_llm_model_layer_llmlayer_check_steerin_a7dbbd2f,node_agent_mmd_tool_layer_toollayer_check_steering_fe_84ed22c2,node_agent_mmd_memory_vector_layer_memorylayer_check__d71f8993,normalize_workflow_contracts_8701f1c8,sync_codex_preflight_7e7a8dc2,test_harness_upgrade_matrix_84113c4e,validate_workflow_contracts_33dc063c,branch_protect_core_a8feb0fd,node_agent_mmd_tool_layer_toollayer_ci_migrate_core_c_049f8460,node_agent_mmd_memory_vector_layer_memorylayer_ci_mig_0cd5b1a4,context_health_80bb7da9,node_agent_mmd_llm_model_layer_llmlayer_context_conte_ad2dfbd9,node_agent_mmd_memory_vector_layer_memorylayer_contex_78ceaaa9,docs_gate_core_eb9b6c18,node_agent_mmd_llm_model_layer_llmlayer_index_context_1041bd11,node_agent_mmd_memory_vector_layer_memorylayer_index__6f3402d0,local_memory_preflight_dcc36c42,memory_gate_a577a506,pattern_scope_siblings_43abe000,review_context_ca6cf81d,node_agent_mmd_tool_layer_toollayer_review_gate_core__7704598b,node_agent_mmd_memory_vector_layer_memorylayer_review_5bee9816,node_agent_mmd_llm_model_layer_llmlayer_search_search_66b9a911,node_agent_mmd_memory_vector_layer_memorylayer_search_ac35cb7e,session_context_e5ec72c0,node_agent_mmd_orchestration_layer_orchestration_tool_acfe0c01,node_agent_mmd_memory_vector_layer_memorylayer_toolin_a1185b8f,run_local_memory_preflight_36e92808,node_agent_mmd_orchestration_layer_orchestration_chec_0550c395,node_agent_mmd_tool_layer_toollayer_checker_checker_2_453d593b,node_agent_mmd_memory_vector_layer_memorylayer_checke_a583eb4f,node_agent_mmd_orchestration_layer_orchestration_cont_61b3b9c9,node_agent_mmd_memory_vector_layer_memorylayer_contex_fe0865d6,node_agent_mmd_orchestration_layer_orchestration_type_4f906dcc,node_agent_mmd_memory_vector_layer_memorylayer_types__9ad640a0,branch_protect_sync_570adb18,node_agent_mmd_tool_layer_toollayer_command_capabilit_e97a4615,node_agent_mmd_memory_vector_layer_memorylayer_comman_c72a5d05,node_agent_mmd_orchestration_layer_orchestration_comm_1f8cc24c,node_agent_mmd_llm_model_layer_llmlayer_command_specs_782af9fa,node_agent_mmd_memory_vector_layer_memorylayer_comman_111eb454,local_memory_preflight_command_spec_9e23f3ce,memory_gate_command_spec_dc9001a9,review_gate_command_spec_3187376a,session_context_command_spec_973afbb1,node_agent_mmd_llm_model_layer_llmlayer_constants_con_c9bd3f6c,node_agent_mmd_memory_vector_layer_memorylayer_consta_702d3f46,context_compact_policy_3dcaf95d,node_agent_mmd_llm_model_layer_llmlayer_index_index_1_02e160ff,node_agent_mmd_memory_vector_layer_memorylayer_index__752bc61e,node_agent_mmd_llm_model_layer_llmlayer_indexer_index_4f4deef5,node_agent_mmd_memory_vector_layer_memorylayer_indexe_93e6d86f,init_error_5c7dd49f,lexical_fallback_723e2b3e,node_agent_mmd_llm_model_layer_llmlayer_ollama_ollama_968b23fa,node_agent_mmd_memory_vector_layer_memorylayer_ollama_6d51be16,rollout_a4fa034c,sources_878a52fc,store_824d80d7,node_agent_mmd_llm_model_layer_llmlayer_sync_contract_9f3cc8c1,node_agent_mmd_memory_vector_layer_memorylayer_sync_c_e43418bc,types_5_f869ec4b,harness_run_context_ac7c77a9,index_1_faebc14e,json_schema_core_96d7e328,node_agent_mmd_orchestration_layer_orchestration_poli_3270b55d,node_agent_mmd_tool_layer_toollayer_policy_validators_af136abf,node_agent_mmd_memory_vector_layer_memorylayer_policy_1944de42,node_agent_mmd_orchestration_layer_orchestration_type_7cf81261,node_agent_mmd_tool_layer_toollayer_types_core_types__6c8319b6,node_agent_mmd_memory_vector_layer_memorylayer_types__83f369fa,node_agent_mmd_orchestration_layer_orchestration_vali_d9fe99e6,node_agent_mmd_tool_layer_toollayer_validator_core_va_6ef6131f,node_agent_mmd_memory_vector_layer_memorylayer_valida_41034356,node_agent_mmd_orchestration_layer_orchestration_init_2a9c3ecb,node_agent_mmd_memory_vector_layer_memorylayer_init_m_333d02c5,node_agent_mmd_orchestration_layer_orchestration_proj_6ab6f60f,node_agent_mmd_memory_vector_layer_memorylayer_projec_3ae304d9,scaffold_diagram_templates_dd88e83c,node_agent_mmd_orchestration_layer_orchestration_scaf_12cc07db,node_agent_mmd_memory_vector_layer_memorylayer_scaffo_5fd73b94,node_agent_mmd_orchestration_layer_orchestration_scaf_c9a90c2f,node_agent_mmd_tool_layer_toollayer_scaffold_environm_c1afc013,node_agent_mmd_memory_vector_layer_memorylayer_scaffo_12b42341,scaffold_root_command_templates_404fed7f,scaffold_script_template_registry_69312d4e,scaffold_shell_templates_0ad0f915,scaffold_surfaces_12d6494e,node_agent_mmd_orchestration_layer_orchestration_scaf_ff8f92f6,node_agent_mmd_memory_vector_layer_memorylayer_scaffo_a86eece1,scaffold_workflow_template_92310587,eval_seed_5699fd3e,index_6_fc9e91e2,review_context_1_e3afed15,memory_gate_1_265164ac,branch_enforcer_acb749cd,cli_args_5_09ea29f0,node_agent_mmd_tool_layer_toollayer_cli_cli_2_1_32d9eeaf,node_agent_mmd_memory_vector_layer_memorylayer_cli_cl_1f1f89ab,node_agent_mmd_tool_layer_toollayer_metrics_tracker_m_4c9237d8,node_agent_mmd_memory_vector_layer_memorylayer_metric_12562178,types_15_86775c96,validator_4_5180cf23,node_agent_mmd_orchestration_layer_orchestration_clas_899b821a,node_agent_mmd_memory_vector_layer_memorylayer_classi_1ebbf5ff,node_agent_mmd_orchestration_layer_orchestration_tool_cc43149f,node_agent_mmd_tool_layer_toollayer_tooling_baseline__61e66e9f,node_agent_mmd_memory_vector_layer_memorylayer_toolin_14f86b00,claim_helpers_20dc8387,types_20_071a0112,local_memory_smoke_1175abfc,local_memory_0db17ecc,performance_overload_c685bfcf,node_agent_mmd_orchestration_layer_orchestration_sugg_85c5ebe3,node_agent_mmd_memory_vector_layer_memorylayer_sugges_267f408d,types_27_4d134744,policy_1_fc4198db,runtime_card_codex_runtime_validation_d8ce9934,cli_11_338a8415,collector_0736fd5b,types_30_424b976c,overload_guard_2748c559 memNode
+   class node_agent_mmd_llm_model_layer_llmlayer_check_steerin_a7dbbd2f,node_agent_mmd_tool_layer_toollayer_check_steering_fe_84ed22c2,node_agent_mmd_memory_vector_layer_memorylayer_check__d71f8993,normalize_workflow_contracts_8701f1c8,sync_codex_preflight_7e7a8dc2,test_harness_upgrade_matrix_84113c4e,validate_workflow_contracts_33dc063c,branch_protect_core_a8feb0fd,node_agent_mmd_tool_layer_toollayer_ci_migrate_core_c_049f8460,node_agent_mmd_memory_vector_layer_memorylayer_ci_mig_0cd5b1a4,context_health_80bb7da9,node_agent_mmd_llm_model_layer_llmlayer_context_conte_ad2dfbd9,node_agent_mmd_memory_vector_layer_memorylayer_contex_78ceaaa9,docs_gate_core_eb9b6c18,node_agent_mmd_llm_model_layer_llmlayer_index_context_1041bd11,node_agent_mmd_memory_vector_layer_memorylayer_index__6f3402d0,local_memory_preflight_dcc36c42,memory_gate_a577a506,pattern_scope_siblings_43abe000,review_context_ca6cf81d,node_agent_mmd_tool_layer_toollayer_review_gate_core__7704598b,node_agent_mmd_memory_vector_layer_memorylayer_review_5bee9816,node_agent_mmd_llm_model_layer_llmlayer_search_search_66b9a911,node_agent_mmd_memory_vector_layer_memorylayer_search_ac35cb7e,session_context_e5ec72c0,node_agent_mmd_orchestration_layer_orchestration_tool_acfe0c01,node_agent_mmd_memory_vector_layer_memorylayer_toolin_a1185b8f,run_local_memory_preflight_36e92808,node_agent_mmd_orchestration_layer_orchestration_chec_0550c395,node_agent_mmd_tool_layer_toollayer_checker_checker_2_453d593b,node_agent_mmd_memory_vector_layer_memorylayer_checke_a583eb4f,node_agent_mmd_orchestration_layer_orchestration_cont_61b3b9c9,node_agent_mmd_memory_vector_layer_memorylayer_contex_fe0865d6,node_agent_mmd_orchestration_layer_orchestration_type_4f906dcc,node_agent_mmd_memory_vector_layer_memorylayer_types__9ad640a0,branch_protect_sync_570adb18,node_agent_mmd_tool_layer_toollayer_command_capabilit_e97a4615,node_agent_mmd_memory_vector_layer_memorylayer_comman_c72a5d05,node_agent_mmd_orchestration_layer_orchestration_comm_1f8cc24c,node_agent_mmd_llm_model_layer_llmlayer_command_specs_782af9fa,node_agent_mmd_memory_vector_layer_memorylayer_comman_111eb454,local_memory_preflight_command_spec_9e23f3ce,memory_gate_command_spec_dc9001a9,review_gate_command_spec_3187376a,session_context_command_spec_973afbb1,node_agent_mmd_llm_model_layer_llmlayer_constants_con_c9bd3f6c,node_agent_mmd_memory_vector_layer_memorylayer_consta_702d3f46,context_compact_policy_3dcaf95d,node_agent_mmd_llm_model_layer_llmlayer_index_index_1_02e160ff,node_agent_mmd_memory_vector_layer_memorylayer_index__752bc61e,node_agent_mmd_llm_model_layer_llmlayer_indexer_index_4f4deef5,node_agent_mmd_memory_vector_layer_memorylayer_indexe_93e6d86f,init_error_5c7dd49f,lexical_fallback_723e2b3e,node_agent_mmd_llm_model_layer_llmlayer_ollama_ollama_968b23fa,node_agent_mmd_memory_vector_layer_memorylayer_ollama_6d51be16,rollout_a4fa034c,sources_878a52fc,store_824d80d7,node_agent_mmd_llm_model_layer_llmlayer_sync_contract_9f3cc8c1,node_agent_mmd_memory_vector_layer_memorylayer_sync_c_e43418bc,types_5_f869ec4b,harness_run_context_ac7c77a9,index_1_faebc14e,json_schema_core_96d7e328,node_agent_mmd_orchestration_layer_orchestration_poli_3270b55d,node_agent_mmd_tool_layer_toollayer_policy_validators_af136abf,node_agent_mmd_memory_vector_layer_memorylayer_policy_1944de42,node_agent_mmd_orchestration_layer_orchestration_type_7cf81261,node_agent_mmd_tool_layer_toollayer_types_core_types__6c8319b6,node_agent_mmd_memory_vector_layer_memorylayer_types__83f369fa,node_agent_mmd_orchestration_layer_orchestration_vali_d9fe99e6,node_agent_mmd_tool_layer_toollayer_validator_core_va_6ef6131f,node_agent_mmd_memory_vector_layer_memorylayer_valida_41034356,node_agent_mmd_orchestration_layer_orchestration_init_2a9c3ecb,node_agent_mmd_memory_vector_layer_memorylayer_init_m_333d02c5,node_agent_mmd_orchestration_layer_orchestration_proj_6ab6f60f,node_agent_mmd_memory_vector_layer_memorylayer_projec_3ae304d9,scaffold_diagram_templates_dd88e83c,node_agent_mmd_orchestration_layer_orchestration_scaf_12cc07db,node_agent_mmd_memory_vector_layer_memorylayer_scaffo_5fd73b94,node_agent_mmd_orchestration_layer_orchestration_scaf_c9a90c2f,node_agent_mmd_tool_layer_toollayer_scaffold_environm_c1afc013,node_agent_mmd_memory_vector_layer_memorylayer_scaffo_12b42341,scaffold_root_command_templates_404fed7f,scaffold_script_template_registry_69312d4e,scaffold_shell_templates_0ad0f915,scaffold_surfaces_12d6494e,node_agent_mmd_orchestration_layer_orchestration_scaf_ff8f92f6,node_agent_mmd_memory_vector_layer_memorylayer_scaffo_a86eece1,scaffold_workflow_template_92310587,eval_seed_5699fd3e,index_6_fc9e91e2,review_context_1_e3afed15,memory_gate_1_265164ac,branch_enforcer_acb749cd,cli_args_5_09ea29f0,node_agent_mmd_tool_layer_toollayer_cli_cli_2_1_32d9eeaf,node_agent_mmd_memory_vector_layer_memorylayer_cli_cl_1f1f89ab,node_agent_mmd_tool_layer_toollayer_metrics_tracker_m_4c9237d8,node_agent_mmd_memory_vector_layer_memorylayer_metric_12562178,types_15_86775c96,validator_4_5180cf23,node_agent_mmd_orchestration_layer_orchestration_clas_899b821a,node_agent_mmd_memory_vector_layer_memorylayer_classi_1ebbf5ff,node_agent_mmd_orchestration_layer_orchestration_tool_cc43149f,node_agent_mmd_tool_layer_toollayer_tooling_baseline__61e66e9f,node_agent_mmd_memory_vector_layer_memorylayer_toolin_14f86b00,claim_helpers_20dc8387,types_20_071a0112,local_memory_smoke_1175abfc,local_memory_0db17ecc,performance_overload_c685bfcf,node_agent_mmd_orchestration_layer_orchestration_sugg_85c5ebe3,node_agent_mmd_memory_vector_layer_memorylayer_sugges_267f408d,node_agent_mmd_llm_model_layer_llmlayer_prompt_contex_6426acc2,node_agent_mmd_memory_vector_layer_memorylayer_prompt_55c0d605,types_27_4d134744,policy_1_fc4198db,runtime_card_codex_runtime_validation_d8ce9934,cli_11_338a8415,collector_0736fd5b,types_30_424b976c,overload_guard_2748c559 memNode
